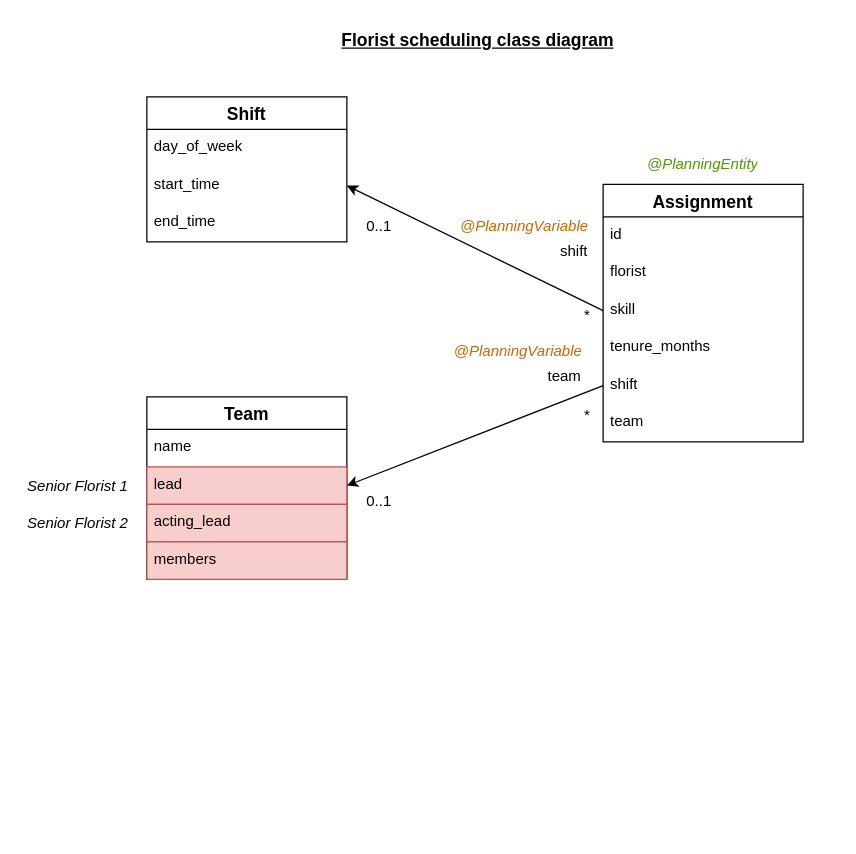
Above: diagram.drawio in yewshanooi-tech/scheduling (draw.io), before the change. Source tidied: cells renumbered, new cells numbered last; positions are measured from the earlier drawing's top-left corner, leaving out a move shared by most shapes. Both pictures are drawn from the tidied source at 125%, with x=0, y=0 at pixel (21, 21).
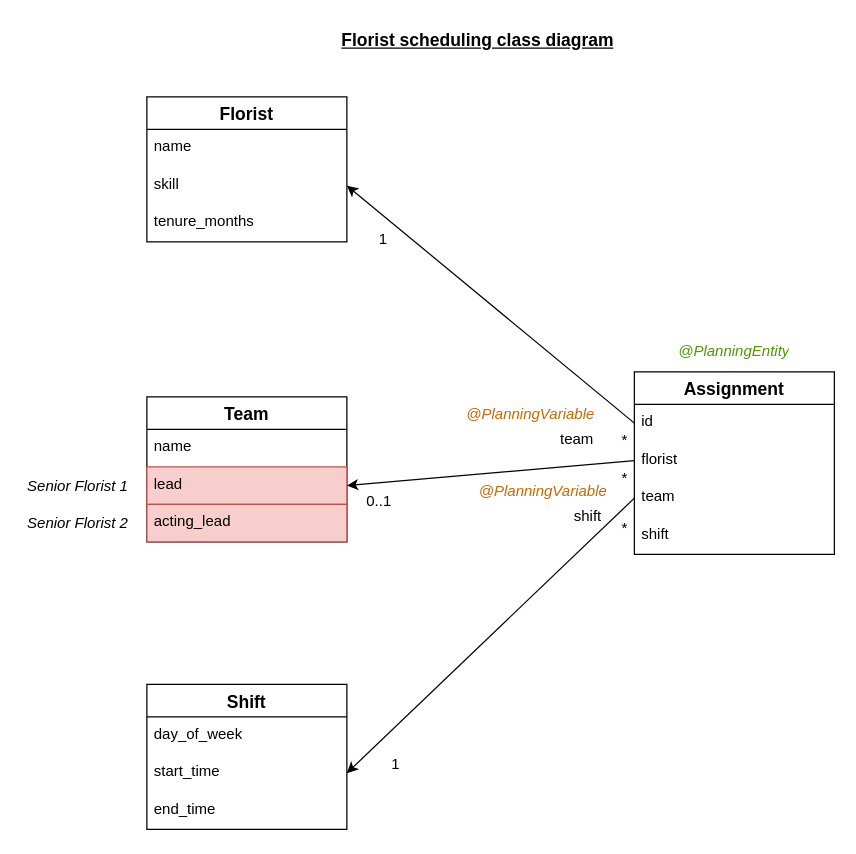
Above is the later version.

Commit message (it also covers changes not shown here):
feat: detached Florist data into a separate table for clarity

Unchanged cells that the change refers to:
```xml
<mxCell id="3" value="id" style="text;strokeColor=none;fillColor=none;spacingLeft=4;spacingRight=4;overflow=hidden;points=[[0,0.5],[1,0.5]];portConstraint=eastwest;fontSize=12;whiteSpace=wrap;html=1;" parent="2" vertex="1">
  <mxGeometry y="26" width="160" height="30" as="geometry" />
</mxCell>
<mxCell id="4" value="florist" style="text;strokeColor=none;fillColor=none;spacingLeft=4;spacingRight=4;overflow=hidden;points=[[0,0.5],[1,0.5]];portConstraint=eastwest;fontSize=12;whiteSpace=wrap;html=1;" parent="2" vertex="1">
  <mxGeometry y="56" width="160" height="30" as="geometry" />
</mxCell>
<mxCell id="15" value="lead" style="text;strokeColor=#b85450;fillColor=#f8cecc;spacingLeft=4;spacingRight=4;overflow=hidden;points=[[0,0.5],[1,0.5]];portConstraint=eastwest;fontSize=12;whiteSpace=wrap;html=1;" parent="13" vertex="1">
  <mxGeometry y="56" width="160" height="30" as="geometry" />
</mxCell>
```

What changed in the source:
```diff
@@
     <mxCell id="2" value="Assignment" style="swimlane;fontStyle=1;horizontal=1;startSize=26;align=center;fontSize=14;" parent="1" vertex="1">
-      <mxGeometry x="465" y="130" width="160" height="206" as="geometry" />
+      <mxGeometry x="490" y="280" width="160" height="146" as="geometry" />
     </mxCell>
@@
-    <mxCell id="5" value="skill" style="text;spacingLeft=4;spacingRight=4;overflow=hidden;points=[[0,0.5],[1,0.5]];portConstraint=eastwest;fontSize=12;whiteSpace=wrap;html=1;" parent="2" vertex="1">
-      <mxGeometry y="86" width="160" height="30" as="geometry" />
-    </mxCell>
-    <mxCell id="6" value="tenure_months" style="text;spacingLeft=4;spacingRight=4;overflow=hidden;fontSize=12;whiteSpace=wrap;html=1;" parent="2" vertex="1">
-      <mxGeometry y="116" width="160" height="30" as="geometry" />
-    </mxCell>
-    <mxCell id="7" value="shift" style="text;strokeColor=none;fillColor=none;spacingLeft=4;spacingRight=4;overflow=hidden;points=[[0,0.5],[1,0.5]];portConstraint=eastwest;fontSize=12;whiteSpace=wrap;html=1;" parent="2" vertex="1">
-      <mxGeometry y="146" width="160" height="30" as="geometry" />
+    <mxCell id="7" value="team" style="text;strokeColor=none;fillColor=none;spacingLeft=4;spacingRight=4;overflow=hidden;points=[[0,0.5],[1,0.5]];portConstraint=eastwest;fontSize=12;whiteSpace=wrap;html=1;" parent="2" vertex="1">
+      <mxGeometry y="86" width="160" height="30" as="geometry" />
     </mxCell>
-    <mxCell id="8" value="team" style="text;strokeColor=none;fillColor=none;spacingLeft=4;spacingRight=4;overflow=hidden;fontSize=12;whiteSpace=wrap;html=1;" parent="2" vertex="1">
-      <mxGeometry y="176" width="160" height="30" as="geometry" />
+    <mxCell id="8" value="shift" style="text;strokeColor=none;fillColor=none;spacingLeft=4;spacingRight=4;overflow=hidden;fontSize=12;whiteSpace=wrap;html=1;" parent="2" vertex="1">
+      <mxGeometry y="116" width="160" height="30" as="geometry" />
     </mxCell>
-    <mxCell id="9" value="Shift" style="swimlane;fontStyle=1;horizontal=1;startSize=26;align=center;fontSize=14;" parent="1" vertex="1">
+    <mxCell id="9" value="Florist" style="swimlane;fontStyle=1;horizontal=1;startSize=26;align=center;fontSize=14;" parent="1" vertex="1">
       <mxGeometry x="100" y="60" width="160" height="116" as="geometry" />
     </mxCell>
-    <mxCell id="10" value="day_of_week" style="text;strokeColor=none;fillColor=none;spacingLeft=4;spacingRight=4;overflow=hidden;fontSize=12;whiteSpace=wrap;html=1;" parent="9" vertex="1">
+    <mxCell id="10" value="name" style="text;strokeColor=none;fillColor=none;spacingLeft=4;spacingRight=4;overflow=hidden;fontSize=12;whiteSpace=wrap;html=1;" parent="9" vertex="1">
       <mxGeometry y="26" width="160" height="30" as="geometry" />
     </mxCell>
-    <mxCell id="11" value="start_time" style="text;strokeColor=none;fillColor=none;spacingLeft=4;spacingRight=4;overflow=hidden;points=[[0,0.5],[1,0.5]];portConstraint=eastwest;fontSize=12;whiteSpace=wrap;html=1;" parent="9" vertex="1">
+    <mxCell id="11" value="skill" style="text;strokeColor=none;fillColor=none;spacingLeft=4;spacingRight=4;overflow=hidden;points=[[0,0.5],[1,0.5]];portConstraint=eastwest;fontSize=12;whiteSpace=wrap;html=1;" parent="9" vertex="1">
       <mxGeometry y="56" width="160" height="30" as="geometry" />
     </mxCell>
-    <mxCell id="12" value="end_time" style="text;strokeColor=none;fillColor=none;spacingLeft=4;spacingRight=4;overflow=hidden;fontSize=12;whiteSpace=wrap;html=1;" parent="9" vertex="1">
+    <mxCell id="12" value="tenure_months" style="text;strokeColor=none;fillColor=none;spacingLeft=4;spacingRight=4;overflow=hidden;fontSize=12;whiteSpace=wrap;html=1;" parent="9" vertex="1">
       <mxGeometry y="86" width="160" height="30" as="geometry" />
     </mxCell>
     <mxCell id="13" value="Team" style="swimlane;fontStyle=1;horizontal=1;startSize=26;align=center;fontSize=14;" parent="1" vertex="1">
-      <mxGeometry x="100" y="300" width="160" height="146" as="geometry" />
+      <mxGeometry x="100" y="300" width="160" height="116" as="geometry" />
     </mxCell>
@@
-    <mxCell id="17" value="members" style="text;strokeColor=#b85450;fillColor=#f8cecc;spacingLeft=4;spacingRight=4;overflow=hidden;fontSize=12;whiteSpace=wrap;html=1;" parent="13" vertex="1">
-      <mxGeometry y="116" width="160" height="30" as="geometry" />
-    </mxCell>
-    <mxCell id="18" style="edgeStyle=none;html=1;exitX=0;exitY=0.5;exitDx=0;exitDy=0;entryX=1;entryY=0.5;entryDx=0;entryDy=0;" parent="1" edge="1" source="5" target="11">
+    <mxCell id="18" style="edgeStyle=none;html=1;exitX=0;exitY=0.5;exitDx=0;exitDy=0;entryX=1;entryY=0.5;entryDx=0;entryDy=0;" parent="1" edge="1" source="3" target="11">
       <mxGeometry relative="1" as="geometry" />
     </mxCell>
-    <mxCell id="19" style="edgeStyle=none;html=1;exitX=0;exitY=0.5;exitDx=0;exitDy=0;entryX=1;entryY=0.5;entryDx=0;entryDy=0;" parent="1" edge="1" source="7" target="15">
+    <mxCell id="19" style="edgeStyle=none;html=1;entryX=1;entryY=0.5;entryDx=0;entryDy=0;exitX=0;exitY=0.5;exitDx=0;exitDy=0;" parent="1" edge="1" source="4" target="15">
       <mxGeometry relative="1" as="geometry" />
     </mxCell>
@@
-    <mxCell id="21" value="shift" style="text;strokeColor=none;fillColor=none;spacingLeft=4;spacingRight=4;overflow=hidden;fontSize=12;whiteSpace=wrap;html=1;" parent="1" vertex="1">
-      <mxGeometry x="425" y="170" width="40" height="30" as="geometry" />
-    </mxCell>
     <mxCell id="22" value="team" style="text;strokeColor=none;fillColor=none;spacingLeft=4;spacingRight=4;overflow=hidden;fontSize=12;whiteSpace=wrap;html=1;" parent="1" vertex="1">
-      <mxGeometry x="415" y="270" width="40" height="30" as="geometry" />
+      <mxGeometry x="425" y="320" width="40" height="30" as="geometry" />
     </mxCell>
     <mxCell id="23" value="*" style="text;strokeColor=none;fillColor=none;spacingLeft=4;spacingRight=4;overflow=hidden;fontSize=12;whiteSpace=wrap;html=1;verticalAlign=middle;align=center;" parent="1" vertex="1">
-      <mxGeometry x="445" y="220" width="15" height="30" as="geometry" />
+      <mxGeometry x="475" y="320" width="15" height="30" as="geometry" />
     </mxCell>
@@
-    <mxCell id="25" value="0..1" style="text;strokeColor=none;fillColor=none;spacingLeft=4;spacingRight=4;overflow=hidden;fontSize=12;whiteSpace=wrap;html=1;" parent="1" vertex="1">
-      <mxGeometry x="270" y="150" width="40" height="30" as="geometry" />
+    <mxCell id="25" value="1" style="text;strokeColor=none;fillColor=none;spacingLeft=4;spacingRight=4;overflow=hidden;fontSize=12;whiteSpace=wrap;html=1;" parent="1" vertex="1">
+      <mxGeometry x="290" y="580" width="40" height="30" as="geometry" />
     </mxCell>
     <mxCell id="26" value="*" style="text;strokeColor=none;fillColor=none;spacingLeft=4;spacingRight=4;overflow=hidden;fontSize=12;whiteSpace=wrap;html=1;verticalAlign=middle;align=center;" parent="1" vertex="1">
-      <mxGeometry x="445" y="300" width="15" height="30" as="geometry" />
+      <mxGeometry x="475" y="350" width="15" height="30" as="geometry" />
     </mxCell>
-    <mxCell id="27" value="@PlanningVariable" style="text;strokeColor=none;fillColor=none;spacingLeft=4;spacingRight=4;overflow=hidden;fontSize=12;whiteSpace=wrap;html=1;fontStyle=2;fontColor=#CC6600;" parent="1" vertex="1">
-      <mxGeometry x="345" y="150" width="120" height="30" as="geometry" />
-    </mxCell>
     <mxCell id="28" value="@PlanningEntity" style="text;strokeColor=none;fillColor=none;spacingLeft=4;spacingRight=4;overflow=hidden;fontSize=12;whiteSpace=wrap;html=1;fontStyle=2;align=center;fontColor=#4D9900;" parent="1" vertex="1">
-      <mxGeometry x="495" y="100" width="100" height="30" as="geometry" />
+      <mxGeometry x="520" y="250" width="100" height="30" as="geometry" />
     </mxCell>
     <mxCell id="29" value="@PlanningVariable" style="text;strokeColor=none;fillColor=none;spacingLeft=4;spacingRight=4;overflow=hidden;fontSize=12;whiteSpace=wrap;html=1;fontStyle=2;fontColor=#CC6600;" parent="1" vertex="1">
-      <mxGeometry x="340" y="250" width="120" height="30" as="geometry" />
+      <mxGeometry x="350" y="300" width="120" height="30" as="geometry" />
     </mxCell>
@@
+    <mxCell id="32" value="Shift" style="swimlane;fontStyle=1;horizontal=1;startSize=26;align=center;fontSize=14;" parent="1" vertex="1">
+      <mxGeometry x="100" y="530" width="160" height="116" as="geometry" />
+    </mxCell>
+    <mxCell id="33" value="&lt;span style=&quot;color: rgb(0, 0, 0);&quot;&gt;day_of_week&lt;/span&gt;" style="text;strokeColor=none;fillColor=none;spacingLeft=4;spacingRight=4;overflow=hidden;fontSize=12;whiteSpace=wrap;html=1;" parent="32" vertex="1">
+      <mxGeometry y="26" width="160" height="30" as="geometry" />
+    </mxCell>
+    <mxCell id="34" value="&lt;span style=&quot;color: rgb(0, 0, 0);&quot;&gt;start_time&lt;/span&gt;" style="text;strokeColor=none;fillColor=none;spacingLeft=4;spacingRight=4;overflow=hidden;points=[[0,0.5],[1,0.5]];portConstraint=eastwest;fontSize=12;whiteSpace=wrap;html=1;" parent="32" vertex="1">
+      <mxGeometry y="56" width="160" height="30" as="geometry" />
+    </mxCell>
+    <mxCell id="35" value="&lt;span style=&quot;color: rgb(0, 0, 0);&quot;&gt;end_time&lt;/span&gt;" style="text;strokeColor=none;fillColor=none;spacingLeft=4;spacingRight=4;overflow=hidden;fontSize=12;whiteSpace=wrap;html=1;" parent="32" vertex="1">
+      <mxGeometry y="86" width="160" height="30" as="geometry" />
+    </mxCell>
+    <mxCell id="36" style="edgeStyle=none;html=1;exitX=0;exitY=0.5;exitDx=0;exitDy=0;entryX=1;entryY=0.5;entryDx=0;entryDy=0;" parent="1" edge="1" source="7" target="34">
+      <mxGeometry relative="1" as="geometry" />
+    </mxCell>
+    <mxCell id="37" value="*" style="text;strokeColor=none;fillColor=none;spacingLeft=4;spacingRight=4;overflow=hidden;fontSize=12;whiteSpace=wrap;html=1;verticalAlign=middle;align=center;" parent="1" vertex="1">
+      <mxGeometry x="475" y="390" width="15" height="30" as="geometry" />
+    </mxCell>
+    <mxCell id="21" value="shift" style="text;strokeColor=none;fillColor=none;spacingLeft=4;spacingRight=4;overflow=hidden;fontSize=12;whiteSpace=wrap;html=1;align=right;" parent="1" vertex="1">
+      <mxGeometry x="430" y="382" width="40" height="30" as="geometry" />
+    </mxCell>
+    <mxCell id="27" value="@PlanningVariable" style="text;strokeColor=none;fillColor=none;spacingLeft=4;spacingRight=4;overflow=hidden;fontSize=12;whiteSpace=wrap;html=1;fontStyle=2;fontColor=#CC6600;" parent="1" vertex="1">
+      <mxGeometry x="360" y="362" width="120" height="30" as="geometry" />
+    </mxCell>
+    <mxCell id="38" value="1" style="text;strokeColor=none;fillColor=none;spacingLeft=4;spacingRight=4;overflow=hidden;fontSize=12;whiteSpace=wrap;html=1;" parent="1" vertex="1">
+      <mxGeometry x="280" y="160" width="40" height="30" as="geometry" />
+    </mxCell>
```
